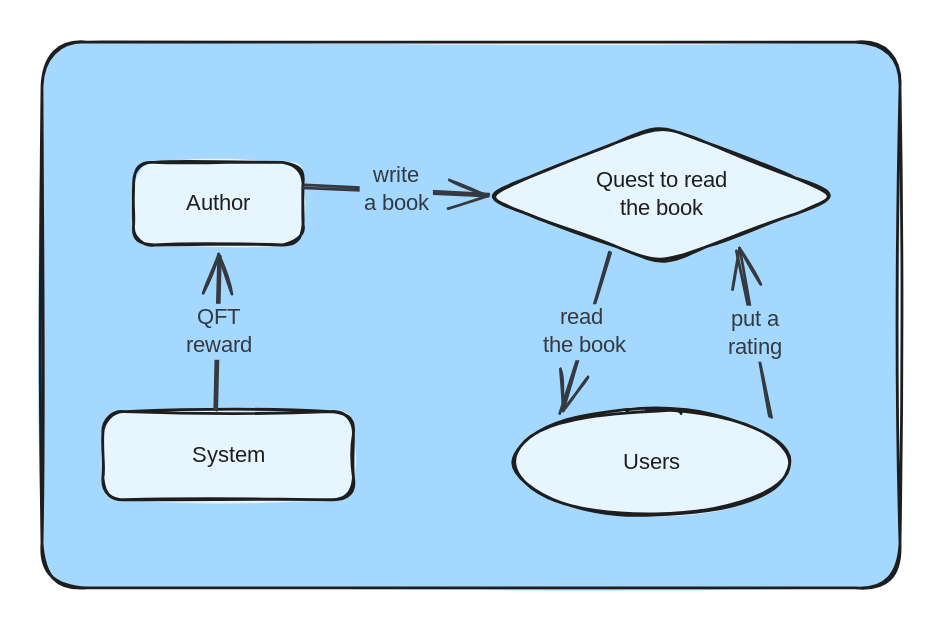
Earlier version of the Excalidraw export .gitbook/assets/file.excalidraw (1).svg (Questfall/docs). Source tidied: one line per element, renumbered; positions are measured from the earlier drawing's top-left corner, leaving out a move shared by most shapes.
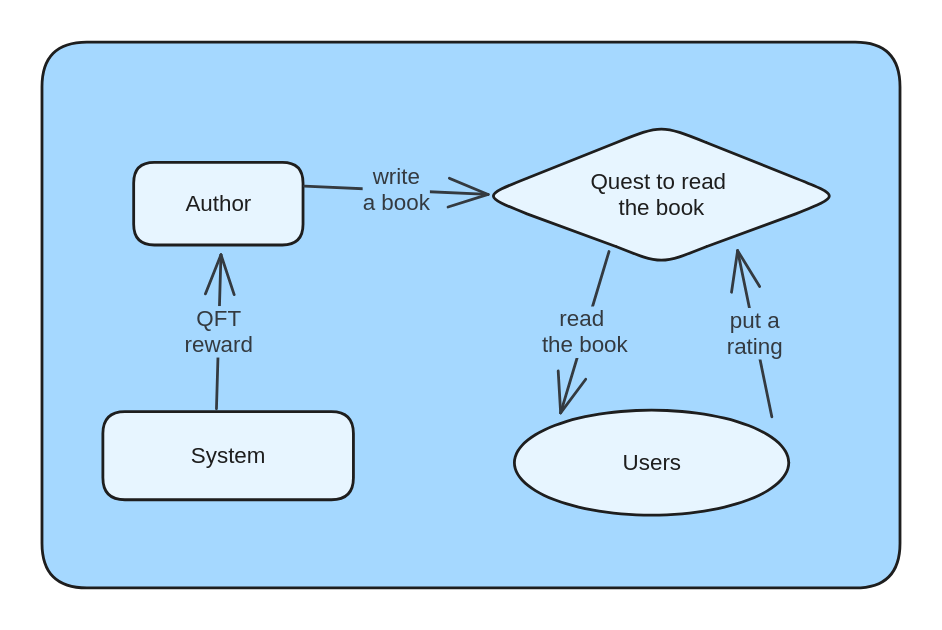
The same diagram one commit later.

Commit message:
GITBOOK-108: No subject

Change to the diagram source:
```diff
@@ -1,17 +1,17 @@
-{"id": 0, "type": "rectangle", "strokeColor": "#1e1e1e", "backgroundColor": "#a5d8ff", "fillStyle": "solid", "strokeWidth": 2, "roughness": 1, "round": true, "x": 0, "y": 0, "width": 613, "height": 390}
+{"id": 0, "type": "rectangle", "strokeColor": "#1e1e1e", "backgroundColor": "#a5d8ff", "fillStyle": "solid", "strokeWidth": 2, "roughness": 0, "round": true, "x": 0, "y": 0, "width": 613, "height": 390}
-{"id": 1, "type": "rectangle", "strokeColor": "#1e1e1e", "backgroundColor": "#e7f5ff", "fillStyle": "solid", "strokeWidth": 2, "roughness": 1, "round": true, "x": 66, "y": 86, "width": 121, "height": 59}
+{"id": 1, "type": "rectangle", "strokeColor": "#1e1e1e", "backgroundColor": "#e7f5ff", "fillStyle": "solid", "strokeWidth": 2, "roughness": 0, "round": true, "x": 66, "y": 86, "width": 121, "height": 59}
-{"id": 2, "type": "text", "text": "Author", "strokeColor": "#1e1e1e", "strokeWidth": 2, "roughness": 1, "fontSize": 16, "fontFamily": 1, "textAlign": "center", "verticalAlign": "middle", "inside": 1, "x": 100, "y": 106, "width": 52, "height": 20}
+{"id": 2, "type": "text", "text": "Author", "strokeColor": "#1e1e1e", "strokeWidth": 2, "roughness": 1, "fontSize": 16, "fontFamily": 2, "textAlign": "center", "verticalAlign": "middle", "inside": 1, "x": 102, "y": 106, "width": 47, "height": 18}
-{"id": 3, "type": "diamond", "strokeColor": "#1e1e1e", "backgroundColor": "#e7f5ff", "fillStyle": "solid", "strokeWidth": 2, "roughness": 1, "round": true, "x": 314, "y": 59, "width": 256, "height": 100}
+{"id": 3, "type": "diamond", "strokeColor": "#1e1e1e", "backgroundColor": "#e7f5ff", "fillStyle": "solid", "strokeWidth": 2, "roughness": 0, "round": true, "x": 314, "y": 59, "width": 256, "height": 100}
-{"id": 4, "type": "text", "text": "Quest to read\nthe book", "strokeColor": "#1e1e1e", "strokeWidth": 2, "roughness": 1, "fontSize": 16, "fontFamily": 1, "textAlign": "center", "verticalAlign": "middle", "inside": 3, "x": 384, "y": 89, "width": 116, "height": 40}
+{"id": 4, "type": "text", "text": "Quest to read \nthe book", "strokeColor": "#1e1e1e", "strokeWidth": 2, "roughness": 1, "fontSize": 16, "fontFamily": 2, "textAlign": "center", "verticalAlign": "middle", "inside": 3, "x": 392, "y": 91, "width": 101, "height": 37}
-{"id": 5, "type": "ellipse", "strokeColor": "#1e1e1e", "backgroundColor": "#e7f5ff", "fillStyle": "solid", "strokeWidth": 2, "roughness": 1, "round": true, "x": 338, "y": 263, "width": 196, "height": 75}
+{"id": 5, "type": "ellipse", "strokeColor": "#1e1e1e", "backgroundColor": "#e7f5ff", "fillStyle": "solid", "strokeWidth": 2, "roughness": 0, "round": true, "x": 338, "y": 263, "width": 196, "height": 75}
-{"id": 6, "type": "text", "text": "Users", "strokeColor": "#1e1e1e", "strokeWidth": 2, "roughness": 1, "fontSize": 16, "fontFamily": 1, "textAlign": "center", "verticalAlign": "middle", "inside": 5, "x": 413, "y": 290, "width": 44, "height": 20}
+{"id": 6, "type": "text", "text": "Users", "strokeColor": "#1e1e1e", "strokeWidth": 2, "roughness": 1, "fontSize": 16, "fontFamily": 2, "textAlign": "center", "verticalAlign": "middle", "inside": 5, "x": 415, "y": 291, "width": 42, "height": 18}
-{"id": 7, "type": "rectangle", "strokeColor": "#1e1e1e", "backgroundColor": "#e7f5ff", "fillStyle": "solid", "strokeWidth": 2, "roughness": 1, "round": true, "x": 44, "y": 264, "width": 179, "height": 63}
+{"id": 7, "type": "rectangle", "strokeColor": "#1e1e1e", "backgroundColor": "#e7f5ff", "fillStyle": "solid", "strokeWidth": 2, "roughness": 0, "round": true, "x": 44, "y": 264, "width": 179, "height": 63}
-{"id": 8, "type": "text", "text": "System", "strokeColor": "#1e1e1e", "strokeWidth": 2, "roughness": 1, "fontSize": 16, "fontFamily": 1, "textAlign": "center", "verticalAlign": "middle", "inside": 7, "x": 106, "y": 286, "width": 54, "height": 20}
+{"id": 8, "type": "text", "text": "System", "strokeColor": "#1e1e1e", "strokeWidth": 2, "roughness": 1, "fontSize": 16, "fontFamily": 2, "textAlign": "center", "verticalAlign": "middle", "inside": 7, "x": 106, "y": 286, "width": 53, "height": 18}
-{"id": 9, "type": "arrow", "strokeColor": "#343a40", "backgroundColor": "#ffec99", "fillStyle": "solid", "strokeWidth": 2, "roughness": 1, "endArrowhead": "arrow", "round": true, "from": 7, "to": 1, "x": 125, "y": 262, "width": 3, "height": 110, "points": [[0, 0], [3, -110]]}
+{"id": 9, "type": "arrow", "strokeColor": "#343a40", "backgroundColor": "#ffec99", "fillStyle": "solid", "strokeWidth": 2, "roughness": 0, "endArrowhead": "arrow", "round": true, "from": 7, "to": 1, "x": 125, "y": 262, "width": 3, "height": 110, "points": [[0, 0], [3, -110]]}
-{"id": 10, "type": "text", "text": "QFT\nreward", "strokeColor": "#343a40", "strokeWidth": 2, "roughness": 1, "fontSize": 16, "fontFamily": 1, "textAlign": "center", "verticalAlign": "middle", "inside": 9, "x": 100, "y": 193, "width": 52, "height": 40}
+{"id": 10, "type": "text", "text": "QFT\nreward", "strokeColor": "#343a40", "strokeWidth": 2, "roughness": 1, "fontSize": 16, "fontFamily": 2, "textAlign": "center", "verticalAlign": "middle", "inside": 9, "x": 102, "y": 189, "width": 49, "height": 37}
-{"id": 11, "type": "arrow", "strokeColor": "#343a40", "backgroundColor": "#ffec99", "fillStyle": "solid", "strokeWidth": 2, "roughness": 1, "endArrowhead": "arrow", "round": true, "from": 1, "x": 188, "y": 103, "width": 131, "height": 6, "points": [[0, 0], [131, 6]]}
+{"id": 11, "type": "arrow", "strokeColor": "#343a40", "backgroundColor": "#ffec99", "fillStyle": "solid", "strokeWidth": 2, "roughness": 0, "endArrowhead": "arrow", "round": true, "from": 1, "x": 188, "y": 103, "width": 131, "height": 6, "points": [[0, 0], [131, 6]]}
-{"id": 12, "type": "text", "text": "write\na book", "strokeColor": "#343a40", "strokeWidth": 2, "roughness": 1, "fontSize": 16, "fontFamily": 1, "textAlign": "center", "verticalAlign": "middle", "inside": 11, "x": 226, "y": 85, "width": 52, "height": 40}
+{"id": 12, "type": "text", "text": "write\na book", "strokeColor": "#343a40", "strokeWidth": 2, "roughness": 1, "fontSize": 16, "fontFamily": 2, "textAlign": "center", "verticalAlign": "middle", "inside": 11, "x": 229, "y": 87, "width": 48, "height": 37}
-{"id": 13, "type": "arrow", "strokeColor": "#343a40", "backgroundColor": "#ffec99", "fillStyle": "solid", "strokeWidth": 2, "roughness": 1, "endArrowhead": "arrow", "round": true, "from": 3, "to": 5, "x": 405, "y": 150, "width": 35, "height": 115, "points": [[0, 0], [-35, 115]]}
+{"id": 13, "type": "arrow", "strokeColor": "#343a40", "backgroundColor": "#ffec99", "fillStyle": "solid", "strokeWidth": 2, "roughness": 0, "endArrowhead": "arrow", "round": true, "from": 3, "to": 5, "x": 405, "y": 150, "width": 35, "height": 115, "points": [[0, 0], [-35, 115]]}
-{"id": 14, "type": "text", "text": "read \nthe book", "strokeColor": "#343a40", "strokeWidth": 2, "roughness": 1, "fontSize": 16, "fontFamily": 1, "textAlign": "center", "verticalAlign": "middle", "inside": 13, "x": 354, "y": 187, "width": 67, "height": 40}
+{"id": 14, "type": "text", "text": "read \nthe book", "strokeColor": "#343a40", "strokeWidth": 2, "roughness": 1, "fontSize": 16, "fontFamily": 2, "textAlign": "center", "verticalAlign": "middle", "inside": 13, "x": 357, "y": 189, "width": 61, "height": 37}
-{"id": 15, "type": "arrow", "strokeColor": "#343a40", "backgroundColor": "#ffec99", "fillStyle": "solid", "strokeWidth": 2, "roughness": 1, "endArrowhead": "arrow", "round": true, "from": 5, "to": 3, "x": 521, "y": 268, "width": 24, "height": 119, "points": [[0, 0], [-24, -119]]}
+{"id": 15, "type": "arrow", "strokeColor": "#343a40", "backgroundColor": "#ffec99", "fillStyle": "solid", "strokeWidth": 2, "roughness": 0, "endArrowhead": "arrow", "round": true, "from": 5, "to": 3, "x": 521, "y": 268, "width": 24, "height": 119, "points": [[0, 0], [-24, -119]]}
-{"id": 16, "type": "text", "text": "put a\nrating", "strokeColor": "#343a40", "strokeWidth": 2, "roughness": 1, "fontSize": 16, "fontFamily": 1, "textAlign": "center", "verticalAlign": "middle", "inside": 15, "x": 486, "y": 188, "width": 46, "height": 40}
+{"id": 16, "type": "text", "text": "put a\nrating", "strokeColor": "#343a40", "strokeWidth": 2, "roughness": 1, "fontSize": 16, "fontFamily": 2, "textAlign": "center", "verticalAlign": "middle", "inside": 15, "x": 489, "y": 190, "width": 40, "height": 37}
```
